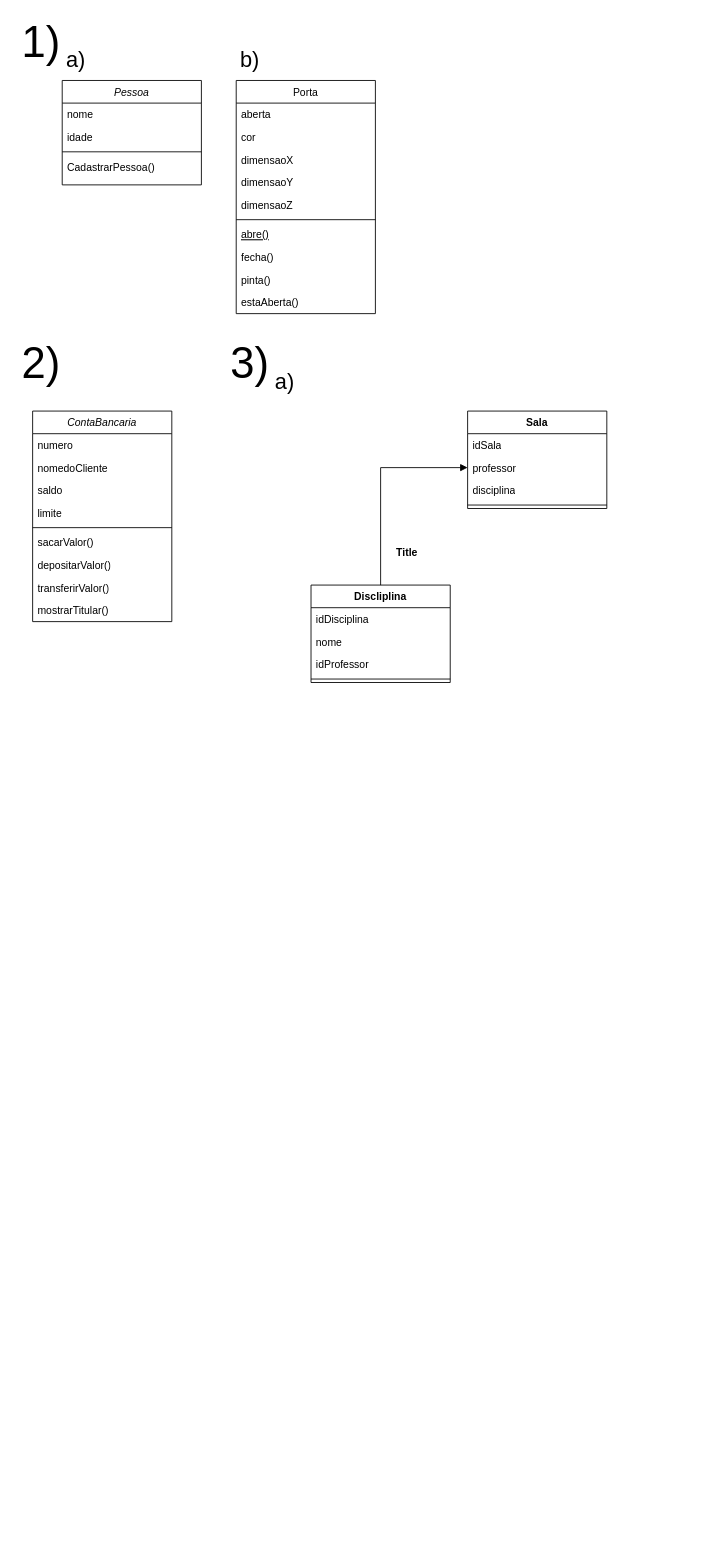
The draw.io diagram ENG SOFTWARE/aula02-07-03-25.drawio in dieguesmosken/mosken.fatec, before the edit. Source tidied: cells renumbered, new cells numbered last; positions are measured from the earlier drawing's top-left corner, leaving out a move shared by most shapes. Both pictures are drawn from the tidied source at 87%, with x=0, y=0 at pixel (15, 28).
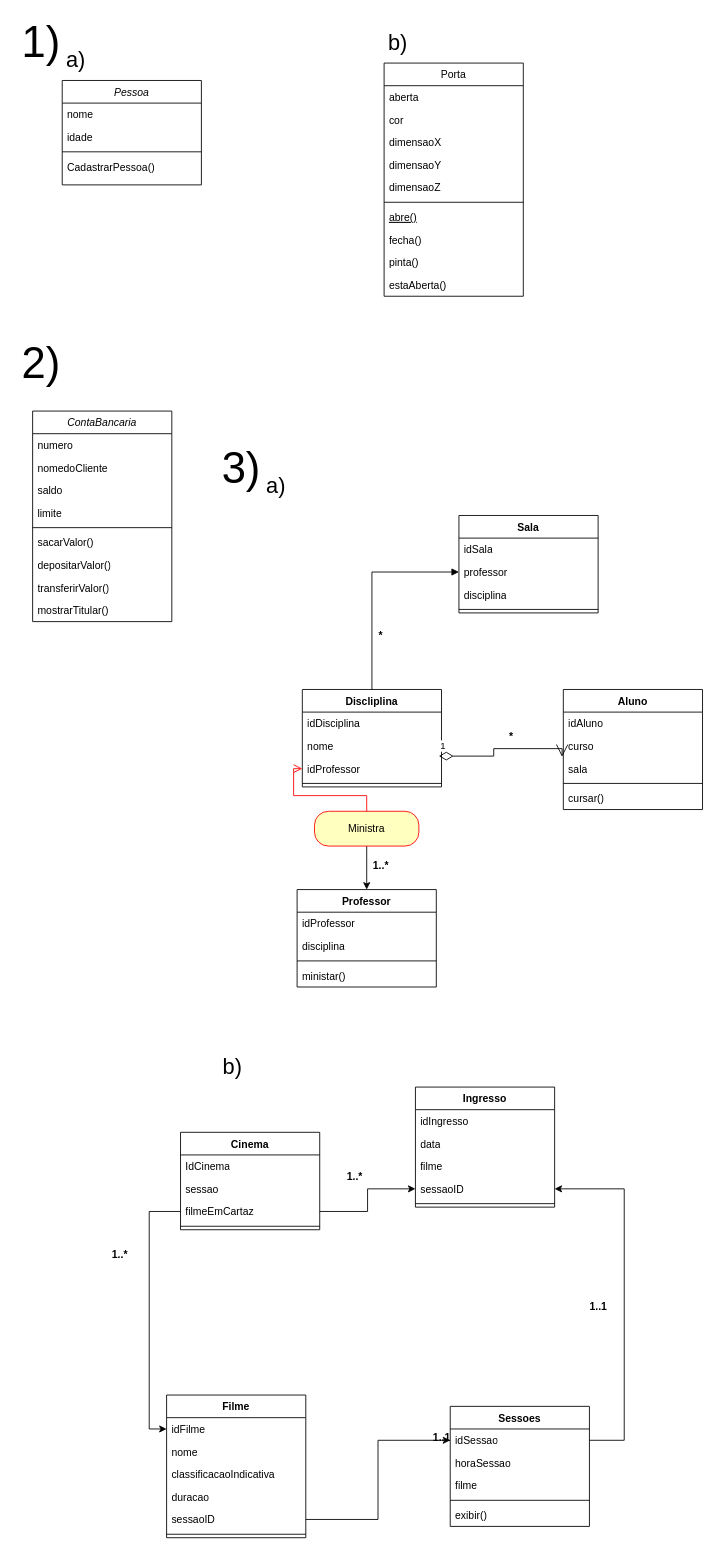
The same diagram, later.

Unchanged cells that the change refers to:
```xml
<mxCell id="43" value="idProfessor" style="text;strokeColor=none;fillColor=none;align=left;verticalAlign=top;spacingLeft=4;spacingRight=4;overflow=hidden;points=[[0,0.5],[1,0.5]];portConstraint=eastwest;whiteSpace=wrap;html=1;" parent="39" vertex="1">
  <mxGeometry y="78" width="160" height="26" as="geometry" />
</mxCell>
```

What changed in the source:
```diff
@@
     <mxCell id="7" value="Porta" style="swimlane;fontStyle=0;align=center;verticalAlign=top;horizontal=1;startSize=26;rounded=0;shadow=0;strokeWidth=1;" parent="1" vertex="1">
-      <mxGeometry x="254" y="60" width="160" height="268" as="geometry" />
+      <mxGeometry x="424" y="40" width="160" height="268" as="geometry" />
     </mxCell>
@@
     <mxCell id="20" value="&lt;font style=&quot;font-size: 25px;&quot;&gt;b)&lt;/font&gt;" style="text;html=1;align=center;verticalAlign=middle;whiteSpace=wrap;rounded=0;" parent="1" vertex="1">
-      <mxGeometry x="240" y="20" width="60" height="30" as="geometry" />
+      <mxGeometry x="410" width="60" height="30" as="geometry" />
     </mxCell>
@@
     <mxCell id="32" value="&lt;span style=&quot;font-size: 50px;&quot;&gt;3)&lt;/span&gt;" style="text;html=1;align=center;verticalAlign=middle;whiteSpace=wrap;rounded=0;" parent="1" vertex="1">
-      <mxGeometry x="240" y="370" width="60" height="30" as="geometry" />
+      <mxGeometry x="230" y="490" width="60" height="30" as="geometry" />
     </mxCell>
     <mxCell id="33" value="&lt;font style=&quot;font-size: 25px;&quot;&gt;a)&lt;/font&gt;" style="text;html=1;align=center;verticalAlign=middle;whiteSpace=wrap;rounded=0;" parent="1" vertex="1">
-      <mxGeometry x="280" y="390" width="60" height="30" as="geometry" />
+      <mxGeometry x="270" y="510" width="60" height="30" as="geometry" />
     </mxCell>
     <mxCell id="34" value="Sala" style="swimlane;fontStyle=1;align=center;verticalAlign=top;horizontal=1;startSize=26;whiteSpace=wrap;html=1;" parent="1" vertex="1">
-      <mxGeometry x="520" y="440" width="160" height="112" as="geometry" />
+      <mxGeometry x="510" y="560" width="160" height="112" as="geometry" />
     </mxCell>
@@
     <mxCell id="39" value="Discliplina" style="swimlane;fontStyle=1;align=center;verticalAlign=top;horizontal=1;startSize=26;whiteSpace=wrap;html=1;" parent="1" vertex="1">
-      <mxGeometry x="340" y="640" width="160" height="112" as="geometry" />
+      <mxGeometry x="330" y="760" width="160" height="112" as="geometry" />
     </mxCell>
@@
-    <mxCell id="45" value="Title" style="text;align=center;fontStyle=1;verticalAlign=middle;spacingLeft=3;spacingRight=3;strokeColor=none;html=1;" parent="1" vertex="1">
-      <mxGeometry x="410" y="590" width="80" height="26" as="geometry" />
+    <mxCell id="45" value="*" style="text;align=center;fontStyle=1;verticalAlign=middle;spacingLeft=3;spacingRight=3;strokeColor=none;html=1;" parent="1" vertex="1">
+      <mxGeometry x="380" y="686" width="80" height="26" as="geometry" />
     </mxCell>
+    <mxCell id="46" value="Professor" style="swimlane;fontStyle=1;align=center;verticalAlign=top;horizontal=1;startSize=26;whiteSpace=wrap;html=1;" parent="1" vertex="1">
+      <mxGeometry x="324" y="990" width="160" height="112" as="geometry" />
+    </mxCell>
+    <mxCell id="47" value="idProfessor" style="text;strokeColor=none;fillColor=none;align=left;verticalAlign=top;spacingLeft=4;spacingRight=4;overflow=hidden;whiteSpace=wrap;html=1;" parent="46" vertex="1">
+      <mxGeometry y="26" width="160" height="26" as="geometry" />
+    </mxCell>
+    <mxCell id="48" value="disciplina" style="text;strokeColor=none;fillColor=none;align=left;verticalAlign=top;spacingLeft=4;spacingRight=4;overflow=hidden;whiteSpace=wrap;html=1;" parent="46" vertex="1">
+      <mxGeometry y="52" width="160" height="26" as="geometry" />
+    </mxCell>
+    <mxCell id="49" style="line;strokeWidth=1;fillColor=none;align=left;verticalAlign=middle;spacingTop=-1;spacingLeft=3;spacingRight=3;labelPosition=right;strokeColor=inherit;" parent="46" vertex="1">
+      <mxGeometry y="78" width="160" height="8" as="geometry" />
+    </mxCell>
+    <mxCell id="50" value="ministar()" style="text;strokeColor=none;fillColor=none;align=left;verticalAlign=top;spacingLeft=4;spacingRight=4;overflow=hidden;whiteSpace=wrap;html=1;" parent="46" vertex="1">
+      <mxGeometry y="86" width="160" height="26" as="geometry" />
+    </mxCell>
+    <mxCell id="51" style="edgeStyle=orthogonalEdgeStyle;rounded=0;jettySize=auto;html=1;" parent="1" edge="1" source="52" target="46">
+      <mxGeometry relative="1" as="geometry" />
+    </mxCell>
+    <mxCell id="52" value="Ministra" style="rounded=1;whiteSpace=wrap;html=1;arcSize=40;fontColor=#000000;fillColor=#ffffc0;strokeColor=#ff0000;" parent="1" vertex="1">
+      <mxGeometry x="344" y="900" width="120" height="40" as="geometry" />
+    </mxCell>
+    <mxCell id="53" style="edgeStyle=orthogonalEdgeStyle;html=1;verticalAlign=bottom;endArrow=open;endSize=8;strokeColor=#ff0000;rounded=0;" parent="1" edge="1" source="52" target="43">
+      <mxGeometry relative="1" as="geometry" />
+    </mxCell>
+    <mxCell id="54" value="1..*" style="text;align=center;fontStyle=1;verticalAlign=middle;spacingLeft=3;spacingRight=3;strokeColor=none;html=1;" parent="1" vertex="1">
+      <mxGeometry x="380" y="950" width="80" height="26" as="geometry" />
+    </mxCell>
+    <mxCell id="55" value="Aluno" style="swimlane;fontStyle=1;align=center;verticalAlign=top;horizontal=1;startSize=26;whiteSpace=wrap;html=1;" parent="1" vertex="1">
+      <mxGeometry x="630" y="760" width="160" height="138" as="geometry" />
+    </mxCell>
+    <mxCell id="56" value="idAluno" style="text;strokeColor=none;fillColor=none;align=left;verticalAlign=top;spacingLeft=4;spacingRight=4;overflow=hidden;whiteSpace=wrap;html=1;" parent="55" vertex="1">
+      <mxGeometry y="26" width="160" height="26" as="geometry" />
+    </mxCell>
+    <mxCell id="57" value="curso" style="text;strokeColor=none;fillColor=none;align=left;verticalAlign=top;spacingLeft=4;spacingRight=4;overflow=hidden;whiteSpace=wrap;html=1;" parent="55" vertex="1">
+      <mxGeometry y="52" width="160" height="26" as="geometry" />
+    </mxCell>
+    <mxCell id="58" value="sala" style="text;strokeColor=none;fillColor=none;align=left;verticalAlign=top;spacingLeft=4;spacingRight=4;overflow=hidden;points=[[0,0.5],[1,0.5]];portConstraint=eastwest;whiteSpace=wrap;html=1;" parent="55" vertex="1">
+      <mxGeometry y="78" width="160" height="26" as="geometry" />
+    </mxCell>
+    <mxCell id="59" style="line;strokeWidth=1;fillColor=none;align=left;verticalAlign=middle;spacingTop=-1;spacingLeft=3;spacingRight=3;labelPosition=right;strokeColor=inherit;" parent="55" vertex="1">
+      <mxGeometry y="104" width="160" height="8" as="geometry" />
+    </mxCell>
+    <mxCell id="60" value="cursar()" style="text;strokeColor=none;fillColor=none;align=left;verticalAlign=top;spacingLeft=4;spacingRight=4;overflow=hidden;whiteSpace=wrap;html=1;" parent="55" vertex="1">
+      <mxGeometry y="112" width="160" height="26" as="geometry" />
+    </mxCell>
+    <mxCell id="61" value="1" style="endArrow=open;html=1;endSize=12;startArrow=diamondThin;startSize=14;startFill=0;edgeStyle=orthogonalEdgeStyle;align=left;verticalAlign=bottom;rounded=0;exitX=0.981;exitY=-0.054;exitDx=0;exitDy=0;exitPerimeter=0;entryX=-0.009;entryY=-0.023;entryDx=0;entryDy=0;entryPerimeter=0;" parent="1" edge="1" source="43" target="58">
+      <mxGeometry x="-1" y="3" relative="1" as="geometry">
+        <Array as="points">
+          <mxPoint x="550" y="837" />
+          <mxPoint x="550" y="828" />
+          <mxPoint x="629" y="828" />
+        </Array>
+      </mxGeometry>
+    </mxCell>
+    <mxCell id="62" value="*" style="text;align=center;fontStyle=1;verticalAlign=middle;spacingLeft=3;spacingRight=3;strokeColor=none;html=1;" parent="1" vertex="1">
+      <mxGeometry x="530" y="802" width="80" height="26" as="geometry" />
+    </mxCell>
+    <mxCell id="63" value="&lt;font style=&quot;font-size: 25px;&quot;&gt;b)&lt;/font&gt;" style="text;html=1;align=center;verticalAlign=middle;whiteSpace=wrap;rounded=0;" parent="1" vertex="1">
+      <mxGeometry x="220" y="1177" width="60" height="30" as="geometry" />
+    </mxCell>
+    <mxCell id="64" value="Cinema" style="swimlane;fontStyle=1;align=center;verticalAlign=top;horizontal=1;startSize=26;whiteSpace=wrap;html=1;" parent="1" vertex="1">
+      <mxGeometry x="190" y="1269" width="160" height="112" as="geometry" />
+    </mxCell>
+    <mxCell id="65" value="IdCinema" style="text;strokeColor=none;fillColor=none;align=left;verticalAlign=top;spacingLeft=4;spacingRight=4;overflow=hidden;whiteSpace=wrap;html=1;" parent="64" vertex="1">
+      <mxGeometry y="26" width="160" height="26" as="geometry" />
+    </mxCell>
+    <mxCell id="66" value="sessao" style="text;strokeColor=none;fillColor=none;align=left;verticalAlign=top;spacingLeft=4;spacingRight=4;overflow=hidden;whiteSpace=wrap;html=1;" parent="64" vertex="1">
+      <mxGeometry y="52" width="160" height="26" as="geometry" />
+    </mxCell>
+    <mxCell id="67" value="filmeEmCartaz" style="text;strokeColor=none;fillColor=none;align=left;verticalAlign=top;spacingLeft=4;spacingRight=4;overflow=hidden;points=[[0,0.5],[1,0.5]];portConstraint=eastwest;whiteSpace=wrap;html=1;" parent="64" vertex="1">
+      <mxGeometry y="78" width="160" height="26" as="geometry" />
+    </mxCell>
+    <mxCell id="68" style="line;strokeWidth=1;fillColor=none;align=left;verticalAlign=middle;spacingTop=-1;spacingLeft=3;spacingRight=3;labelPosition=right;strokeColor=inherit;" parent="64" vertex="1">
+      <mxGeometry y="104" width="160" height="8" as="geometry" />
+    </mxCell>
+    <mxCell id="69" value="Sessoes" style="swimlane;fontStyle=1;align=center;verticalAlign=top;horizontal=1;startSize=26;whiteSpace=wrap;html=1;" parent="1" vertex="1">
+      <mxGeometry x="500" y="1584" width="160" height="138" as="geometry" />
+    </mxCell>
+    <mxCell id="70" value="idSessao" style="text;strokeColor=none;fillColor=none;align=left;verticalAlign=top;spacingLeft=4;spacingRight=4;overflow=hidden;points=[[0,0.5],[1,0.5]];portConstraint=eastwest;whiteSpace=wrap;html=1;" parent="69" vertex="1">
+      <mxGeometry y="26" width="160" height="26" as="geometry" />
+    </mxCell>
+    <mxCell id="71" value="horaSessao" style="text;strokeColor=none;fillColor=none;align=left;verticalAlign=top;spacingLeft=4;spacingRight=4;overflow=hidden;whiteSpace=wrap;html=1;" parent="69" vertex="1">
+      <mxGeometry y="52" width="160" height="26" as="geometry" />
+    </mxCell>
+    <mxCell id="72" value="filme" style="text;strokeColor=none;fillColor=none;align=left;verticalAlign=top;spacingLeft=4;spacingRight=4;overflow=hidden;whiteSpace=wrap;html=1;" parent="69" vertex="1">
+      <mxGeometry y="78" width="160" height="26" as="geometry" />
+    </mxCell>
+    <mxCell id="73" style="line;strokeWidth=1;fillColor=none;align=left;verticalAlign=middle;spacingTop=-1;spacingLeft=3;spacingRight=3;labelPosition=right;strokeColor=inherit;" parent="69" vertex="1">
+      <mxGeometry y="104" width="160" height="8" as="geometry" />
+    </mxCell>
+    <mxCell id="74" value="exibir()" style="text;strokeColor=none;fillColor=none;align=left;verticalAlign=top;spacingLeft=4;spacingRight=4;overflow=hidden;whiteSpace=wrap;html=1;" parent="69" vertex="1">
+      <mxGeometry y="112" width="160" height="26" as="geometry" />
+    </mxCell>
+    <mxCell id="75" value="Filme" style="swimlane;fontStyle=1;align=center;verticalAlign=top;horizontal=1;startSize=26;whiteSpace=wrap;html=1;" parent="1" vertex="1">
+      <mxGeometry x="174" y="1571" width="160" height="164" as="geometry" />
+    </mxCell>
+    <mxCell id="76" value="idFilme" style="text;strokeColor=none;fillColor=none;align=left;verticalAlign=top;spacingLeft=4;spacingRight=4;overflow=hidden;points=[[0,0.5],[1,0.5]];portConstraint=eastwest;whiteSpace=wrap;html=1;" parent="75" vertex="1">
+      <mxGeometry y="26" width="160" height="26" as="geometry" />
+    </mxCell>
+    <mxCell id="77" value="nome" style="text;strokeColor=none;fillColor=none;align=left;verticalAlign=top;spacingLeft=4;spacingRight=4;overflow=hidden;whiteSpace=wrap;html=1;" parent="75" vertex="1">
+      <mxGeometry y="52" width="160" height="26" as="geometry" />
+    </mxCell>
+    <mxCell id="78" value="classificacaoIndicativa" style="text;strokeColor=none;fillColor=none;align=left;verticalAlign=top;spacingLeft=4;spacingRight=4;overflow=hidden;whiteSpace=wrap;html=1;" parent="75" vertex="1">
+      <mxGeometry y="78" width="160" height="26" as="geometry" />
+    </mxCell>
+    <mxCell id="79" value="duracao" style="text;strokeColor=none;fillColor=none;align=left;verticalAlign=top;spacingLeft=4;spacingRight=4;overflow=hidden;whiteSpace=wrap;html=1;" parent="75" vertex="1">
+      <mxGeometry y="104" width="160" height="26" as="geometry" />
+    </mxCell>
+    <mxCell id="80" value="sessaoID" style="text;strokeColor=none;fillColor=none;align=left;verticalAlign=top;spacingLeft=4;spacingRight=4;overflow=hidden;points=[[0,0.5],[1,0.5]];portConstraint=eastwest;whiteSpace=wrap;html=1;" parent="75" vertex="1">
+      <mxGeometry y="130" width="160" height="26" as="geometry" />
+    </mxCell>
+    <mxCell id="81" style="line;strokeWidth=1;fillColor=none;align=left;verticalAlign=middle;spacingTop=-1;spacingLeft=3;spacingRight=3;labelPosition=right;strokeColor=inherit;" parent="75" vertex="1">
+      <mxGeometry y="156" width="160" height="8" as="geometry" />
+    </mxCell>
+    <mxCell id="82" value="Ingresso" style="swimlane;fontStyle=1;align=center;verticalAlign=top;horizontal=1;startSize=26;whiteSpace=wrap;html=1;" parent="1" vertex="1">
+      <mxGeometry x="460" y="1217" width="160" height="138" as="geometry" />
+    </mxCell>
+    <mxCell id="83" value="idIngresso" style="text;strokeColor=none;fillColor=none;align=left;verticalAlign=top;spacingLeft=4;spacingRight=4;overflow=hidden;whiteSpace=wrap;html=1;" parent="82" vertex="1">
+      <mxGeometry y="26" width="160" height="26" as="geometry" />
+    </mxCell>
+    <mxCell id="84" value="data" style="text;strokeColor=none;fillColor=none;align=left;verticalAlign=top;spacingLeft=4;spacingRight=4;overflow=hidden;whiteSpace=wrap;html=1;" parent="82" vertex="1">
+      <mxGeometry y="52" width="160" height="26" as="geometry" />
+    </mxCell>
+    <mxCell id="85" value="filme" style="text;strokeColor=none;fillColor=none;align=left;verticalAlign=top;spacingLeft=4;spacingRight=4;overflow=hidden;whiteSpace=wrap;html=1;" parent="82" vertex="1">
+      <mxGeometry y="78" width="160" height="26" as="geometry" />
+    </mxCell>
+    <mxCell id="86" value="sessaoID" style="text;strokeColor=none;fillColor=none;align=left;verticalAlign=top;spacingLeft=4;spacingRight=4;overflow=hidden;points=[[0,0.5],[1,0.5]];portConstraint=eastwest;whiteSpace=wrap;html=1;" parent="82" vertex="1">
+      <mxGeometry y="104" width="160" height="26" as="geometry" />
+    </mxCell>
+    <mxCell id="87" style="line;strokeWidth=1;fillColor=none;align=left;verticalAlign=middle;spacingTop=-1;spacingLeft=3;spacingRight=3;labelPosition=right;strokeColor=inherit;" parent="82" vertex="1">
+      <mxGeometry y="130" width="160" height="8" as="geometry" />
+    </mxCell>
+    <mxCell id="88" style="edgeStyle=orthogonalEdgeStyle;rounded=0;jettySize=auto;html=1;exitX=1;exitY=0.5;exitDx=0;exitDy=0;" parent="1" edge="1" source="70" target="86">
+      <mxGeometry relative="1" as="geometry">
+        <Array as="points">
+          <mxPoint x="700" y="1334" />
+        </Array>
+      </mxGeometry>
+    </mxCell>
+    <mxCell id="89" style="edgeStyle=orthogonalEdgeStyle;rounded=0;jettySize=auto;html=1;" parent="1" edge="1" source="80" target="70">
+      <mxGeometry relative="1" as="geometry" />
+    </mxCell>
+    <mxCell id="90" style="edgeStyle=orthogonalEdgeStyle;rounded=0;jettySize=auto;html=1;entryX=0;entryY=0.5;entryDx=0;entryDy=0;" parent="1" edge="1" source="67" target="86">
+      <mxGeometry relative="1" as="geometry" />
+    </mxCell>
+    <mxCell id="91" value="1..1" style="text;align=center;fontStyle=1;verticalAlign=middle;spacingLeft=3;spacingRight=3;strokeColor=none;html=1;" parent="1" vertex="1">
+      <mxGeometry x="450" y="1607" width="80" height="26" as="geometry" />
+    </mxCell>
+    <mxCell id="92" value="1..*" style="text;align=center;fontStyle=1;verticalAlign=middle;spacingLeft=3;spacingRight=3;strokeColor=none;html=1;" parent="1" vertex="1">
+      <mxGeometry x="350" y="1307" width="80" height="26" as="geometry" />
+    </mxCell>
+    <mxCell id="93" value="1..1" style="text;align=center;fontStyle=1;verticalAlign=middle;spacingLeft=3;spacingRight=3;strokeColor=none;html=1;" parent="1" vertex="1">
+      <mxGeometry x="630" y="1457" width="80" height="26" as="geometry" />
+    </mxCell>
+    <mxCell id="94" style="edgeStyle=orthogonalEdgeStyle;rounded=0;jettySize=auto;html=1;entryX=0;entryY=0.5;entryDx=0;entryDy=0;" parent="1" edge="1" source="67" target="76">
+      <mxGeometry relative="1" as="geometry" />
+    </mxCell>
+    <mxCell id="95" value="1..*" style="text;align=center;fontStyle=1;verticalAlign=middle;spacingLeft=3;spacingRight=3;strokeColor=none;html=1;" parent="1" vertex="1">
+      <mxGeometry x="80" y="1397" width="80" height="26" as="geometry" />
+    </mxCell>
```
